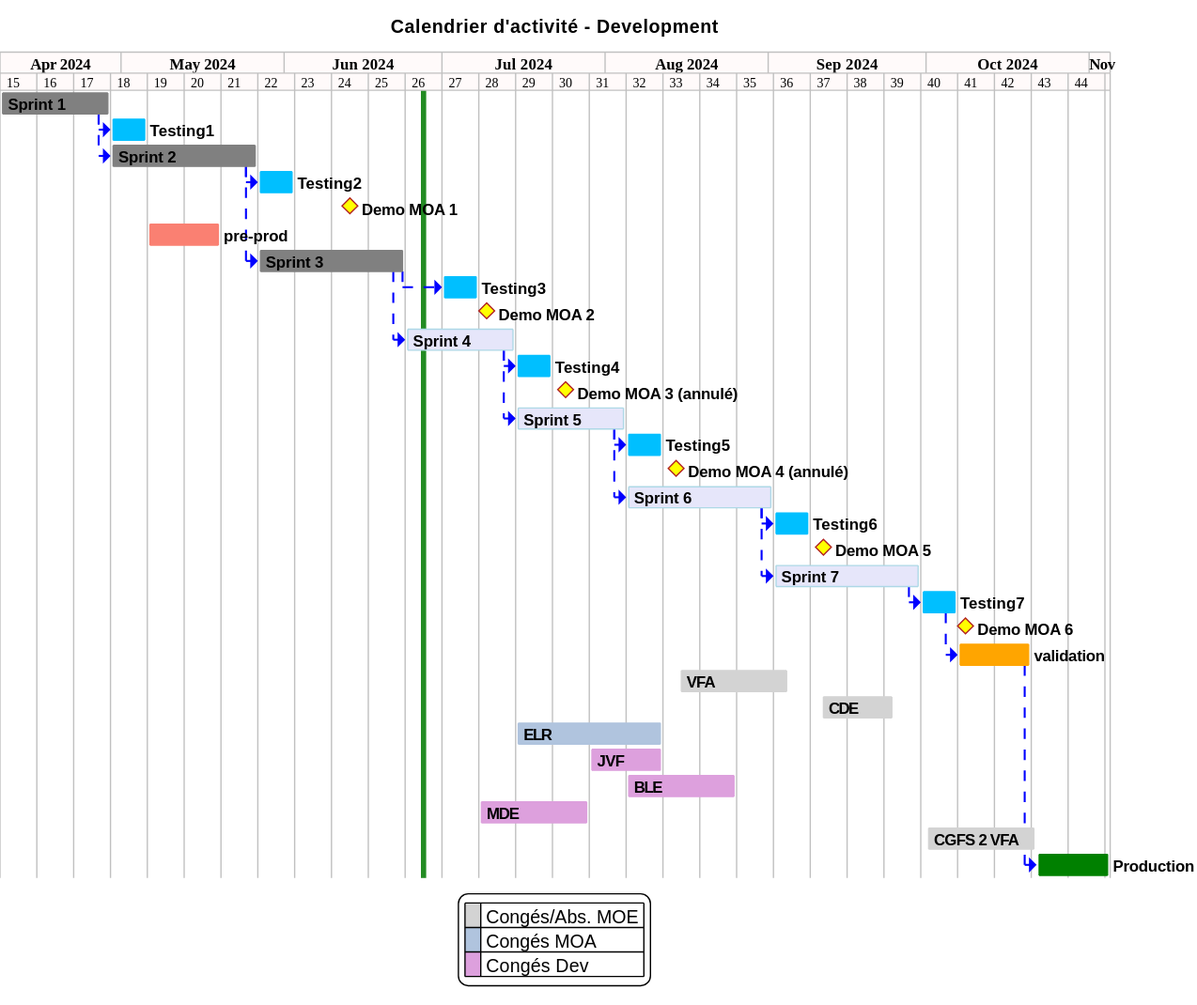
Earlier version of the PlantUML export projects/activity-calendar/not/images/refonte-activity-calendar-planning-sprints.svg (sumaris-net/sumaris-doc).
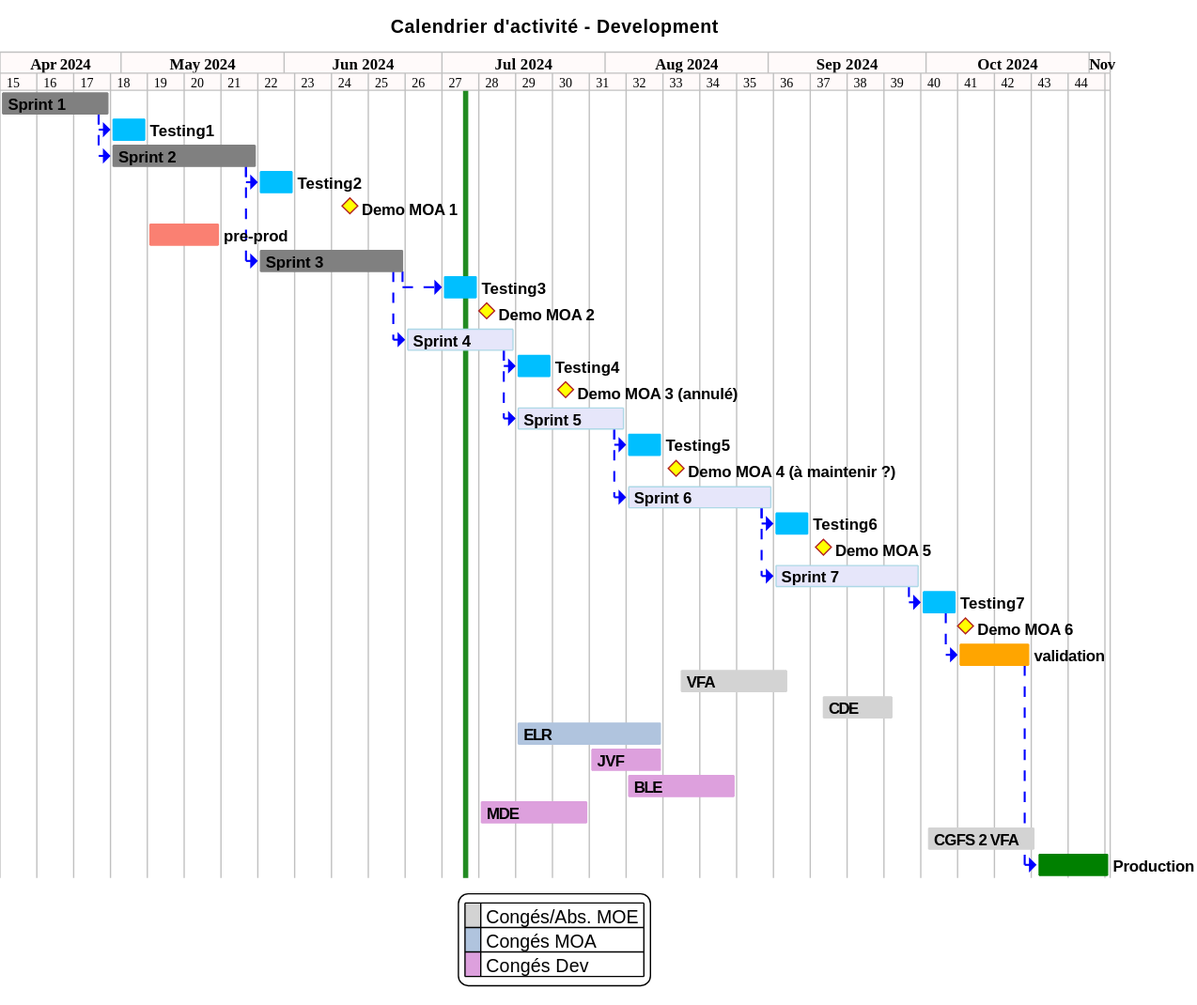
After the change.

Commit message:
[enh] add presentation for moa demo ActiFlot (sprint 3) and ObsVentes (sprint 4)

Diff of the diagram source:
```diff
@@ -107,7 +107,7 @@
 [TASK4]->[TASK5]
 [Testing5] requires 1 week and starts the 5th of August 2024
 [TASK5]->[Testing5]
-[Demo MOA 4 (annulé)] happens 3 day after [Testing5]'s end
+[Demo MOA 4 (à maintenir ?)] happens 3 day after [Testing5]'s end
 
 [Sprint 6] as [TASK6] requires 4 weeks and starts the 5th of August 2024
 [TASK6] is colored in Lavender/LightBlue
```
